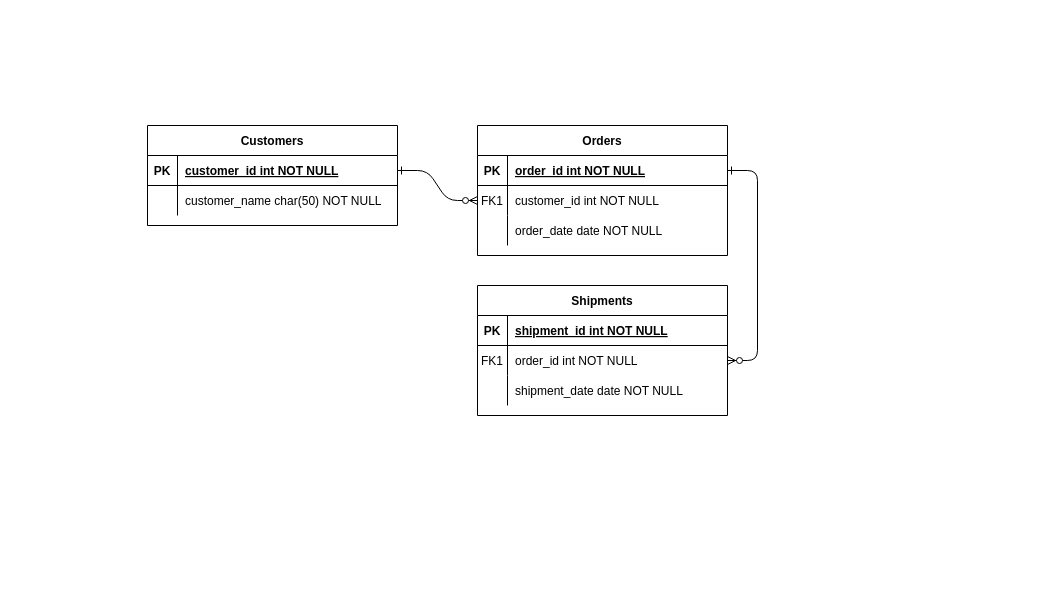
This is ER MF1.drawio from igoresz/drawio_diagrams, a draw.io file, before an edit. Source tidied: cells renumbered, new cells numbered last; positions are measured from the earlier drawing's top-left corner, leaving out a move shared by most shapes. Both pictures are drawn from the tidied source at 100%, with x=0, y=0 at pixel (147, 125).
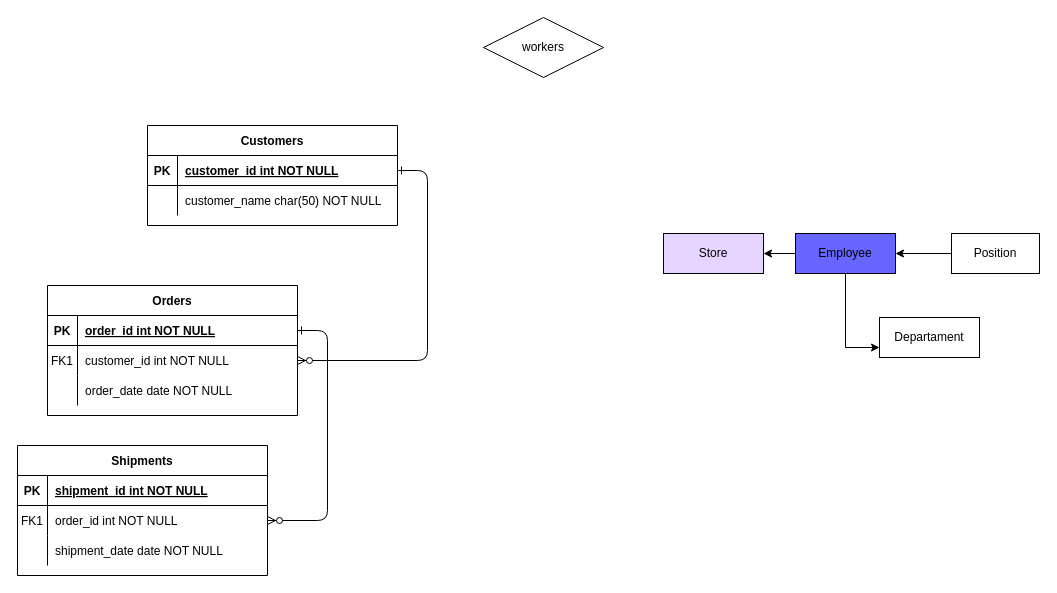
After the change.

What changed in the source:
```diff
@@
     <mxCell id="4" value="Orders" style="shape=table;startSize=30;childLayout=tableLayout;rowLines=0;fontStyle=1;align=center;" parent="1" vertex="1">
-      <mxGeometry x="330" width="250" height="130" as="geometry" />
+      <mxGeometry x="-100" y="160" width="250" height="130" as="geometry" />
     </mxCell>
@@
     <mxCell id="14" value="Shipments" style="shape=table;startSize=30;childLayout=tableLayout;rowLines=0;fontStyle=1;align=center;" parent="1" vertex="1">
-      <mxGeometry x="330" y="160" width="250" height="130" as="geometry" />
+      <mxGeometry x="-130" y="320" width="250" height="130" as="geometry" />
     </mxCell>
@@
+    <mxCell id="31" value="Store" style="whiteSpace=wrap;html=1;align=center;fillColor=#E5D4FF;" parent="1" vertex="1">
+      <mxGeometry x="516" y="108" width="100" height="40" as="geometry" />
+    </mxCell>
+    <mxCell id="32" style="rounded=0;jettySize=auto;html=1;entryX=0;entryY=0.75;entryDx=0;entryDy=0;edgeStyle=orthogonalEdgeStyle;" parent="1" edge="1" source="34" target="38">
+      <mxGeometry relative="1" as="geometry" />
+    </mxCell>
+    <mxCell id="33" style="edgeStyle=orthogonalEdgeStyle;rounded=0;jettySize=auto;html=1;exitX=0;exitY=0.5;exitDx=0;exitDy=0;entryX=1;entryY=0.5;entryDx=0;entryDy=0;" parent="1" edge="1" source="34" target="31">
+      <mxGeometry relative="1" as="geometry" />
+    </mxCell>
+    <mxCell id="34" value="Employee" style="whiteSpace=wrap;html=1;align=center;fillColor=#6666FF;" parent="1" vertex="1">
+      <mxGeometry x="648" y="108" width="100" height="40" as="geometry" />
+    </mxCell>
+    <mxCell id="35" value="workers" style="shape=rhombus;perimeter=rhombusPerimeter;whiteSpace=wrap;html=1;align=center;" parent="1" vertex="1">
+      <mxGeometry x="336" y="-108" width="120" height="60" as="geometry" />
+    </mxCell>
+    <mxCell id="36" style="edgeStyle=orthogonalEdgeStyle;rounded=0;jettySize=auto;html=1;entryX=1;entryY=0.5;entryDx=0;entryDy=0;" parent="1" edge="1" source="37" target="34">
+      <mxGeometry relative="1" as="geometry" />
+    </mxCell>
+    <mxCell id="37" value="Position" style="whiteSpace=wrap;html=1;align=center;" parent="1" vertex="1">
+      <mxGeometry x="804" y="108" width="88" height="40" as="geometry" />
+    </mxCell>
+    <mxCell id="38" value="Departament" style="whiteSpace=wrap;html=1;align=center;" parent="1" vertex="1">
+      <mxGeometry x="732" y="192" width="100" height="40" as="geometry" />
+    </mxCell>
```
